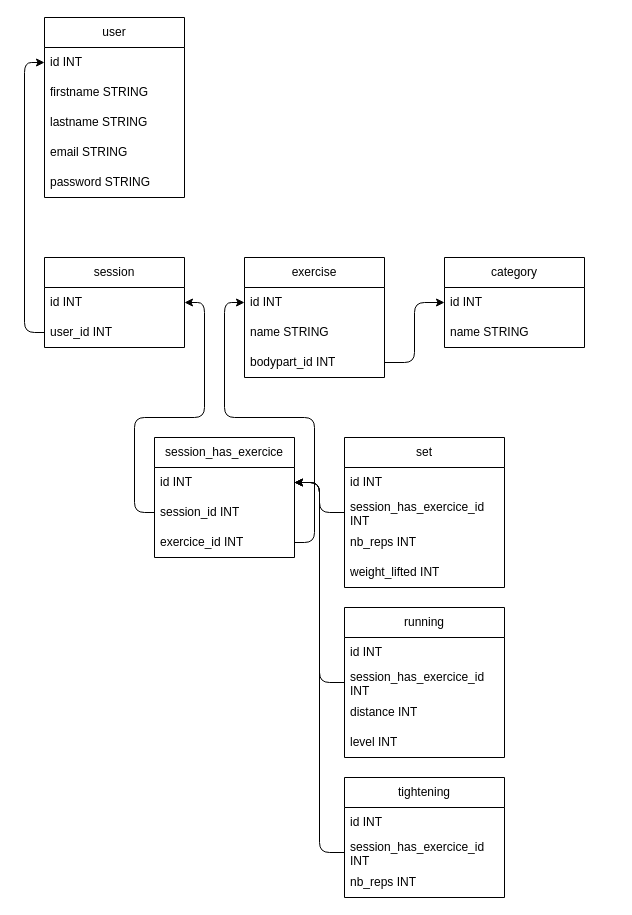
Above: DOCS/mcd.drawio in chloebatillet/fitness-buddy (draw.io), before the change. Source tidied: cells renumbered, new cells numbered last; positions are measured from the earlier drawing's top-left corner, leaving out a move shared by most shapes. Both pictures are drawn from the tidied source at 100%, with x=0, y=0 at pixel (24, 17).
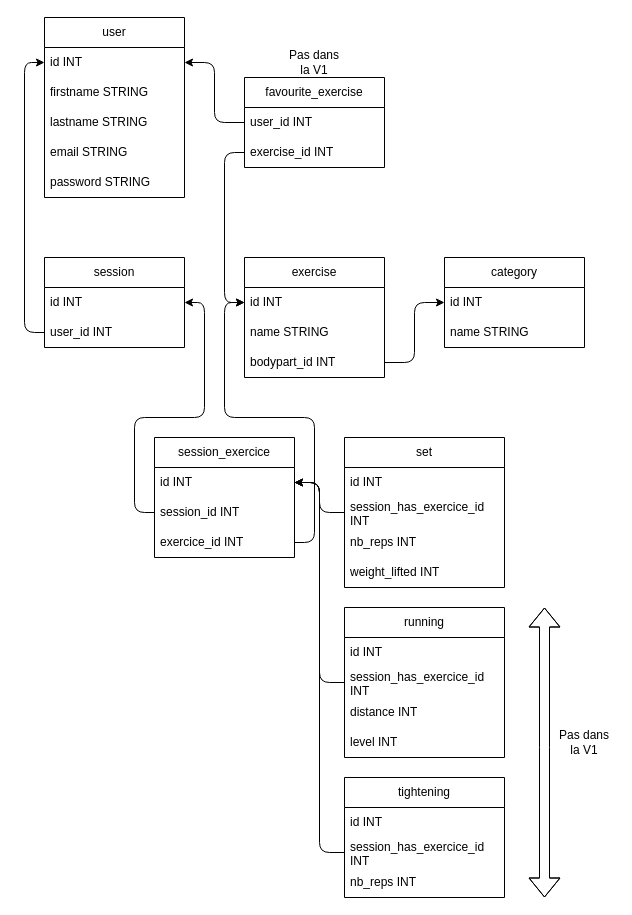
The same diagram, later.

Unchanged cells that the change refers to:
```xml
<mxCell id="3" value="id INT" style="text;strokeColor=none;fillColor=none;align=left;verticalAlign=middle;spacingLeft=4;spacingRight=4;overflow=hidden;points=[[0,0.5],[1,0.5]];portConstraint=eastwest;whiteSpace=wrap;html=1;" parent="2" vertex="1">
  <mxGeometry y="30" width="140" height="30" as="geometry" />
</mxCell>
<mxCell id="9" value="id INT" style="text;strokeColor=none;fillColor=none;align=left;verticalAlign=middle;spacingLeft=4;spacingRight=4;overflow=hidden;points=[[0,0.5],[1,0.5]];portConstraint=eastwest;whiteSpace=wrap;html=1;" parent="8" vertex="1">
  <mxGeometry y="30" width="140" height="30" as="geometry" />
</mxCell>
```

What changed in the source:
```diff
@@
-    <mxCell id="20" value="session_has_exercice" style="swimlane;fontStyle=0;horizontal=1;startSize=30;whiteSpace=wrap;html=1;" parent="1" vertex="1">
+    <mxCell id="20" value="session_exercice" style="swimlane;fontStyle=0;horizontal=1;startSize=30;whiteSpace=wrap;html=1;" parent="1" vertex="1">
       <mxGeometry x="130" y="420" width="140" height="120" as="geometry" />
     </mxCell>
@@
+    <mxCell id="43" style="shape=flexArrow;endArrow=classic;startArrow=classic;html=1;" parent="1" edge="1">
+      <mxGeometry relative="1" as="geometry">
+        <mxPoint x="520" y="880" as="sourcePoint" />
+        <mxPoint x="520" y="590" as="targetPoint" />
+        <Array as="points">
+          <mxPoint x="520" y="730" />
+        </Array>
+      </mxGeometry>
+    </mxCell>
+    <mxCell id="44" value="Pas dans la V1" style="text;html=1;strokeColor=none;fillColor=none;align=center;verticalAlign=middle;whiteSpace=wrap;rounded=0;" parent="1" vertex="1">
+      <mxGeometry x="530" y="710" width="60" height="30" as="geometry" />
+    </mxCell>
+    <mxCell id="45" value="favourite_exercise" style="swimlane;fontStyle=0;horizontal=1;startSize=30;whiteSpace=wrap;html=1;" parent="1" vertex="1">
+      <mxGeometry x="220" y="60" width="140" height="90" as="geometry" />
+    </mxCell>
+    <mxCell id="46" value="user_id INT" style="text;strokeColor=none;fillColor=none;align=left;verticalAlign=middle;spacingLeft=4;spacingRight=4;overflow=hidden;points=[[0,0.5],[1,0.5]];portConstraint=eastwest;whiteSpace=wrap;html=1;" parent="45" vertex="1">
+      <mxGeometry y="30" width="140" height="30" as="geometry" />
+    </mxCell>
+    <mxCell id="47" value="exercise_id INT" style="text;strokeColor=none;fillColor=none;align=left;verticalAlign=middle;spacingLeft=4;spacingRight=4;overflow=hidden;points=[[0,0.5],[1,0.5]];portConstraint=eastwest;whiteSpace=wrap;html=1;" parent="45" vertex="1">
+      <mxGeometry y="60" width="140" height="30" as="geometry" />
+    </mxCell>
+    <mxCell id="48" style="edgeStyle=orthogonalEdgeStyle;html=1;entryX=1;entryY=0.5;entryDx=0;entryDy=0;exitX=0;exitY=0.5;exitDx=0;exitDy=0;" parent="1" edge="1" source="46" target="3">
+      <mxGeometry relative="1" as="geometry" />
+    </mxCell>
+    <mxCell id="49" style="edgeStyle=orthogonalEdgeStyle;html=1;entryX=0;entryY=0.5;entryDx=0;entryDy=0;exitX=0;exitY=0.5;exitDx=0;exitDy=0;" parent="1" edge="1" source="47" target="9">
+      <mxGeometry relative="1" as="geometry">
+        <Array as="points">
+          <mxPoint x="200" y="135" />
+          <mxPoint x="200" y="285" />
+        </Array>
+      </mxGeometry>
+    </mxCell>
+    <mxCell id="50" value="Pas dans la V1" style="text;html=1;strokeColor=none;fillColor=none;align=center;verticalAlign=middle;whiteSpace=wrap;rounded=0;" parent="1" vertex="1">
+      <mxGeometry x="260" y="30" width="60" height="30" as="geometry" />
+    </mxCell>
```
